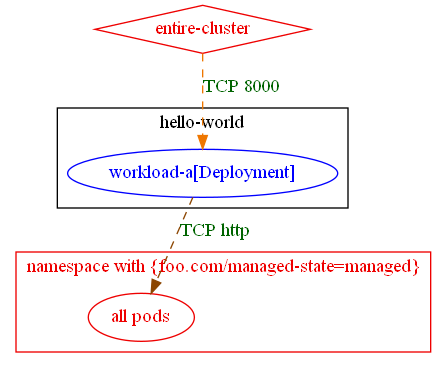
Before: test_outputs/connlist/exposure_test_egress_exposure_with_named_port_connlist_output.dot.png, a diagram exported from Graphviz (np-guard/netpol-analyzer). Its source is kept beside it as test_outputs/connlist/exposure_test_egress_exposure_with_named_port_connlist_output.dot.
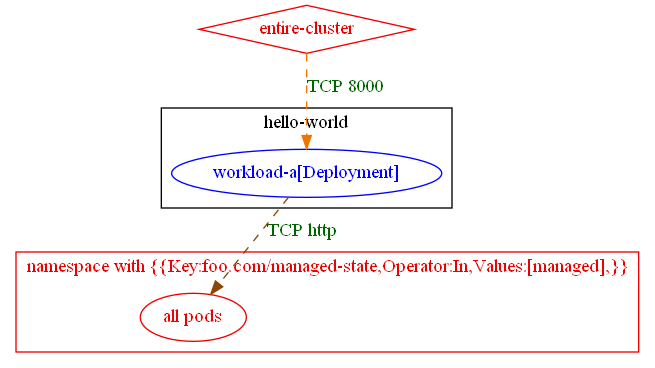
Above is the later version.

What changed in the source:
```diff
@@ -5,13 +5,13 @@
 		"hello-world/workload-a[Deployment]" [label="workload-a[Deployment]" color="blue" fontcolor="blue"]
 		label="hello-world"
 	}
-	subgraph "cluster_namespace with {foo.com/managed_state=managed}" {
+	subgraph "cluster_namespace with {{Key:foo.com/managed_state,Operator:In,Values:[managed],}}" {
 		color="red2"
 		fontcolor="red2"
-		"all pods_in_namespace with {foo.com/managed-state=managed}" [label="all pods" color="red2" fontcolor="red2"]
-		label="namespace with {foo.com/managed-state=managed}"
+		"all pods_in_namespace with {{Key:foo.com/managed-state,Operator:In,Values:[managed],}}" [label="all pods" color="red2" fontcolor="red2"]
+		label="namespace with {{Key:foo.com/managed-state,Operator:In,Values:[managed],}}"
 	}
 	"entire-cluster" [label="entire-cluster" color="red2" fontcolor="red2" shape=diamond]
 	"entire-cluster" -> "hello-world/workload-a[Deployment]" [label="TCP 8000" color="darkorange2" fontcolor="darkgreen" weight=1 style=dashed]
-	"hello-world/workload-a[Deployment]" -> "all pods_in_namespace with {foo.com/managed-state=managed}" [label="TCP http" color="darkorange4" fontcolor="darkgreen" weight=0.5 style=dashed]
+	"hello-world/workload-a[Deployment]" -> "all pods_in_namespace with {{Key:foo.com/managed-state,Operator:In,Values:[managed],}}" [label="TCP http" color="darkorange4" fontcolor="darkgreen" weight=0.5 style=dashed]
 }
```
